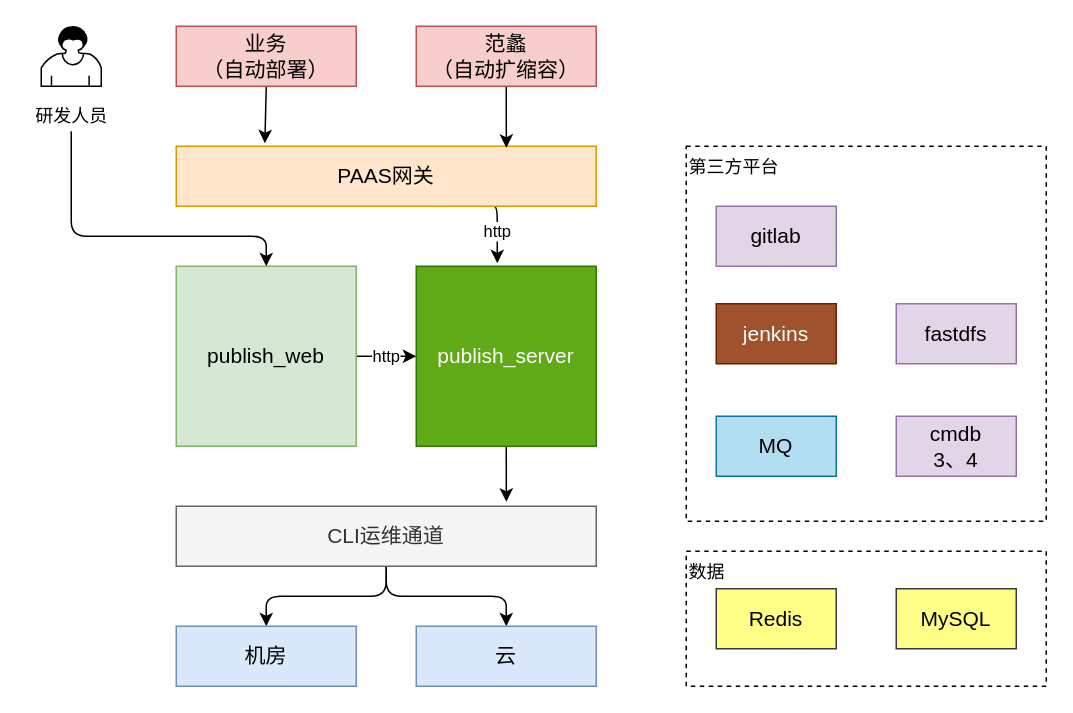
Earlier version of the draw.io diagram docs/Untitled Diagram.drawio (duSophia/config_center). Source tidied: cells renumbered, new cells numbered last; positions are measured from the earlier drawing's top-left corner, leaving out a move shared by most shapes. Both pictures are drawn from the tidied source at 150%, with x=0, y=0 at pixel (26, 26).
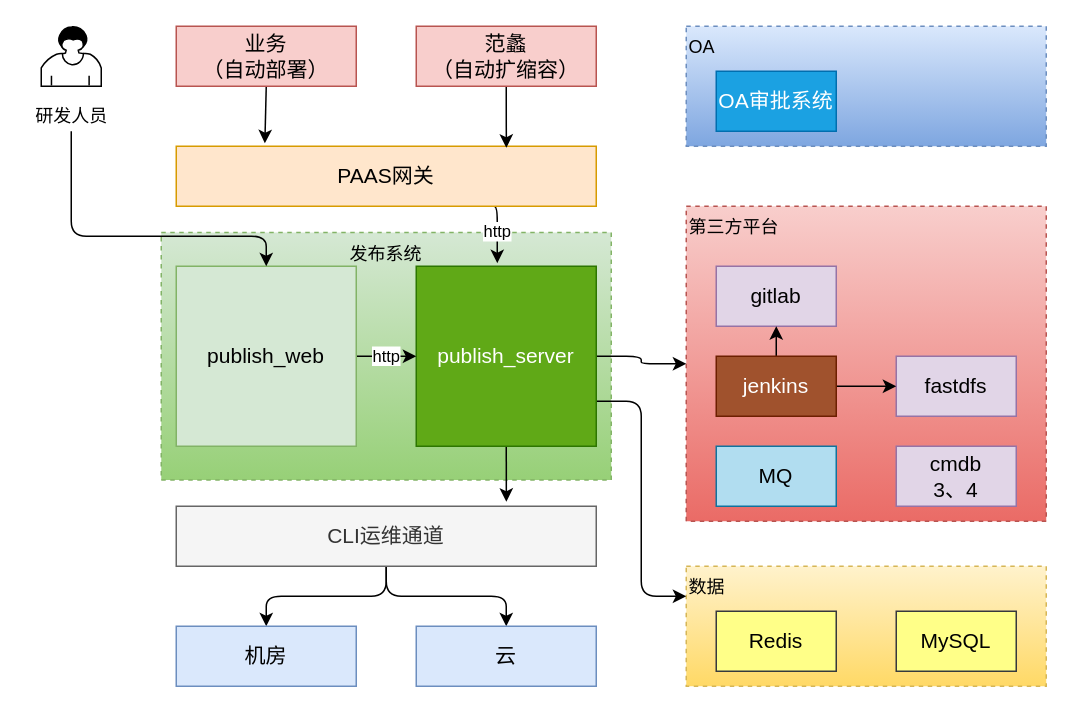
Above is the later version.

The change refers to these unchanged cells:
```xml
<mxCell id="7" value="publish_server" style="rounded=0;whiteSpace=wrap;html=1;sketch=0;fontSize=14;fillColor=#60a917;strokeColor=#2D7600;fontColor=#ffffff;" parent="1" vertex="1">
  <mxGeometry x="260" y="160" width="120" height="120" as="geometry" />
</mxCell>
```

Change to the diagram source:
```diff
@@
+    <mxCell id="29" value="发布系统" style="rounded=0;whiteSpace=wrap;html=1;sketch=0;dashed=1;align=center;horizontal=1;verticalAlign=top;fillColor=#d5e8d4;strokeColor=#82b366;gradientColor=#97d077;" parent="1" vertex="1">
+      <mxGeometry x="90" y="137.5" width="300" height="165" as="geometry" />
+    </mxCell>
-    <mxCell id="2" value="第三方平台" style="rounded=0;whiteSpace=wrap;html=1;sketch=0;dashed=1;align=left;horizontal=1;verticalAlign=top;" parent="1" vertex="1">
-      <mxGeometry x="440" y="80" width="240" height="250" as="geometry" />
+    <mxCell id="2" value="第三方平台" style="rounded=0;whiteSpace=wrap;html=1;sketch=0;dashed=1;align=left;horizontal=1;verticalAlign=top;gradientColor=#ea6b66;fillColor=#f8cecc;strokeColor=#b85450;" parent="1" vertex="1">
+      <mxGeometry x="440" y="120" width="240" height="210" as="geometry" />
     </mxCell>
-    <mxCell id="3" value="数据" style="rounded=0;whiteSpace=wrap;html=1;sketch=0;dashed=1;align=left;horizontal=1;verticalAlign=top;" parent="1" vertex="1">
-      <mxGeometry x="440" y="350" width="240" height="90" as="geometry" />
+    <mxCell id="3" value="数据" style="rounded=0;whiteSpace=wrap;html=1;sketch=0;dashed=1;align=left;horizontal=1;verticalAlign=top;gradientColor=#ffd966;fillColor=#fff2cc;strokeColor=#d6b656;" parent="1" vertex="1">
+      <mxGeometry x="440" y="360" width="240" height="80" as="geometry" />
     </mxCell>
@@
+    <mxCell id="30" style="edgeStyle=orthogonalEdgeStyle;curved=0;rounded=1;sketch=0;jettySize=auto;html=1;exitX=1;exitY=0.5;exitDx=0;exitDy=0;entryX=0;entryY=0.5;entryDx=0;entryDy=0;" parent="1" edge="1" source="7" target="2">
+      <mxGeometry relative="1" as="geometry" />
+    </mxCell>
+    <mxCell id="31" style="edgeStyle=orthogonalEdgeStyle;curved=0;rounded=1;sketch=0;jettySize=auto;html=1;exitX=1;exitY=0.75;exitDx=0;exitDy=0;entryX=0;entryY=0.25;entryDx=0;entryDy=0;" parent="1" edge="1" source="7" target="3">
+      <mxGeometry relative="1" as="geometry" />
+    </mxCell>
@@
     <mxCell id="22" value="fastdfs" style="rounded=0;whiteSpace=wrap;html=1;sketch=0;fontSize=14;fillColor=#e1d5e7;strokeColor=#9673a6;" parent="1" vertex="1">
-      <mxGeometry x="580" y="185" width="80" height="40" as="geometry" />
+      <mxGeometry x="580" y="220" width="80" height="40" as="geometry" />
     </mxCell>
     <mxCell id="23" value="cmdb&lt;br&gt;3、4" style="rounded=0;whiteSpace=wrap;html=1;sketch=0;fontSize=14;fillColor=#e1d5e7;strokeColor=#9673a6;" parent="1" vertex="1">
-      <mxGeometry x="580" y="260" width="80" height="40" as="geometry" />
+      <mxGeometry x="580" y="280" width="80" height="40" as="geometry" />
     </mxCell>
     <mxCell id="24" value="Redis" style="rounded=0;whiteSpace=wrap;html=1;sketch=0;fontSize=14;fillColor=#ffff88;strokeColor=#36393d;" parent="1" vertex="1">
-      <mxGeometry x="460" y="375" width="80" height="40" as="geometry" />
+      <mxGeometry x="460" y="390" width="80" height="40" as="geometry" />
     </mxCell>
     <mxCell id="25" value="MySQL" style="rounded=0;whiteSpace=wrap;html=1;sketch=0;fontSize=14;fillColor=#ffff88;strokeColor=#36393d;" parent="1" vertex="1">
-      <mxGeometry x="580" y="375" width="80" height="40" as="geometry" />
+      <mxGeometry x="580" y="390" width="80" height="40" as="geometry" />
     </mxCell>
     <mxCell id="26" value="gitlab" style="rounded=0;whiteSpace=wrap;html=1;sketch=0;fontSize=14;fillColor=#e1d5e7;strokeColor=#9673a6;shadow=0;" parent="1" vertex="1">
-      <mxGeometry x="460" y="120" width="80" height="40" as="geometry" />
+      <mxGeometry x="460" y="160" width="80" height="40" as="geometry" />
     </mxCell>
+    <mxCell id="32" style="edgeStyle=orthogonalEdgeStyle;curved=0;rounded=1;sketch=0;jettySize=auto;html=1;exitX=0.5;exitY=0;exitDx=0;exitDy=0;entryX=0.5;entryY=1;entryDx=0;entryDy=0;" parent="1" edge="1" source="27" target="26">
+      <mxGeometry relative="1" as="geometry" />
+    </mxCell>
+    <mxCell id="33" style="edgeStyle=orthogonalEdgeStyle;curved=0;rounded=1;sketch=0;jettySize=auto;html=1;exitX=1;exitY=0.5;exitDx=0;exitDy=0;entryX=0;entryY=0.5;entryDx=0;entryDy=0;" parent="1" edge="1" source="27" target="22">
+      <mxGeometry relative="1" as="geometry" />
+    </mxCell>
     <mxCell id="27" value="jenkins" style="rounded=0;whiteSpace=wrap;html=1;sketch=0;fontSize=14;fillColor=#a0522d;strokeColor=#6D1F00;fontColor=#ffffff;shadow=0;" parent="1" vertex="1">
-      <mxGeometry x="460" y="185" width="80" height="40" as="geometry" />
+      <mxGeometry x="460" y="220" width="80" height="40" as="geometry" />
     </mxCell>
     <mxCell id="28" value="MQ" style="rounded=0;whiteSpace=wrap;html=1;sketch=0;fontSize=14;fillColor=#b1ddf0;strokeColor=#10739e;shadow=0;" parent="1" vertex="1">
-      <mxGeometry x="460" y="260" width="80" height="40" as="geometry" />
+      <mxGeometry x="460" y="280" width="80" height="40" as="geometry" />
     </mxCell>
+    <mxCell id="34" value="OA" style="rounded=0;whiteSpace=wrap;html=1;sketch=0;dashed=1;align=left;horizontal=1;verticalAlign=top;gradientColor=#7ea6e0;fillColor=#dae8fc;strokeColor=#6c8ebf;" parent="1" vertex="1">
+      <mxGeometry x="440" width="240" height="80" as="geometry" />
+    </mxCell>
+    <mxCell id="35" value="OA审批系统" style="rounded=0;whiteSpace=wrap;html=1;sketch=0;fontSize=14;fillColor=#1ba1e2;strokeColor=#006EAF;shadow=0;fontColor=#ffffff;" parent="1" vertex="1">
+      <mxGeometry x="460" y="30" width="80" height="40" as="geometry" />
+    </mxCell>
```
